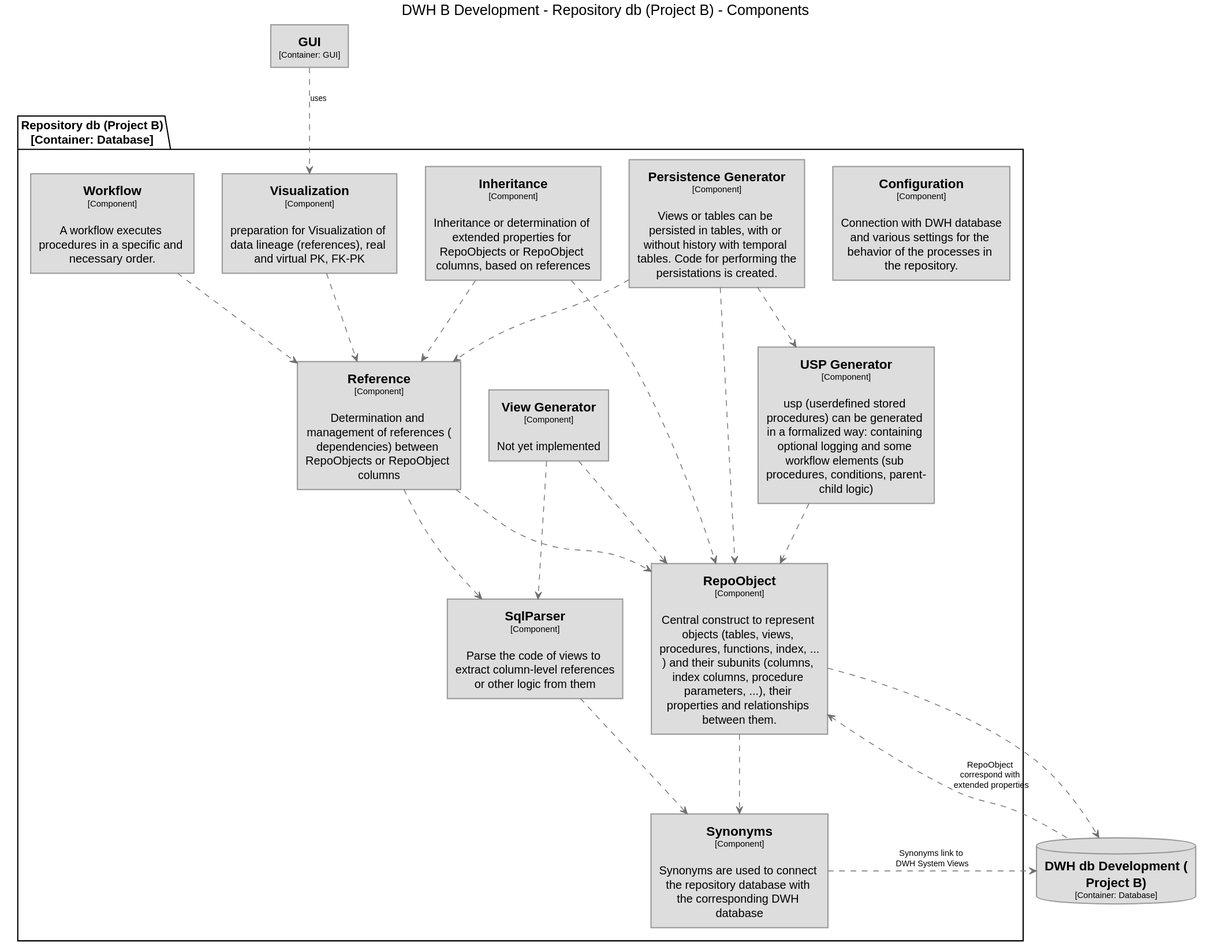
DataHandwerk/DataHandwerk-toolkit-mssql keeps this PlantUML diagram as docs/build/html5/images/structurizr-DWHBDevelopment-RepositorydbProjectB-Component.svg. Above is the earlier version.
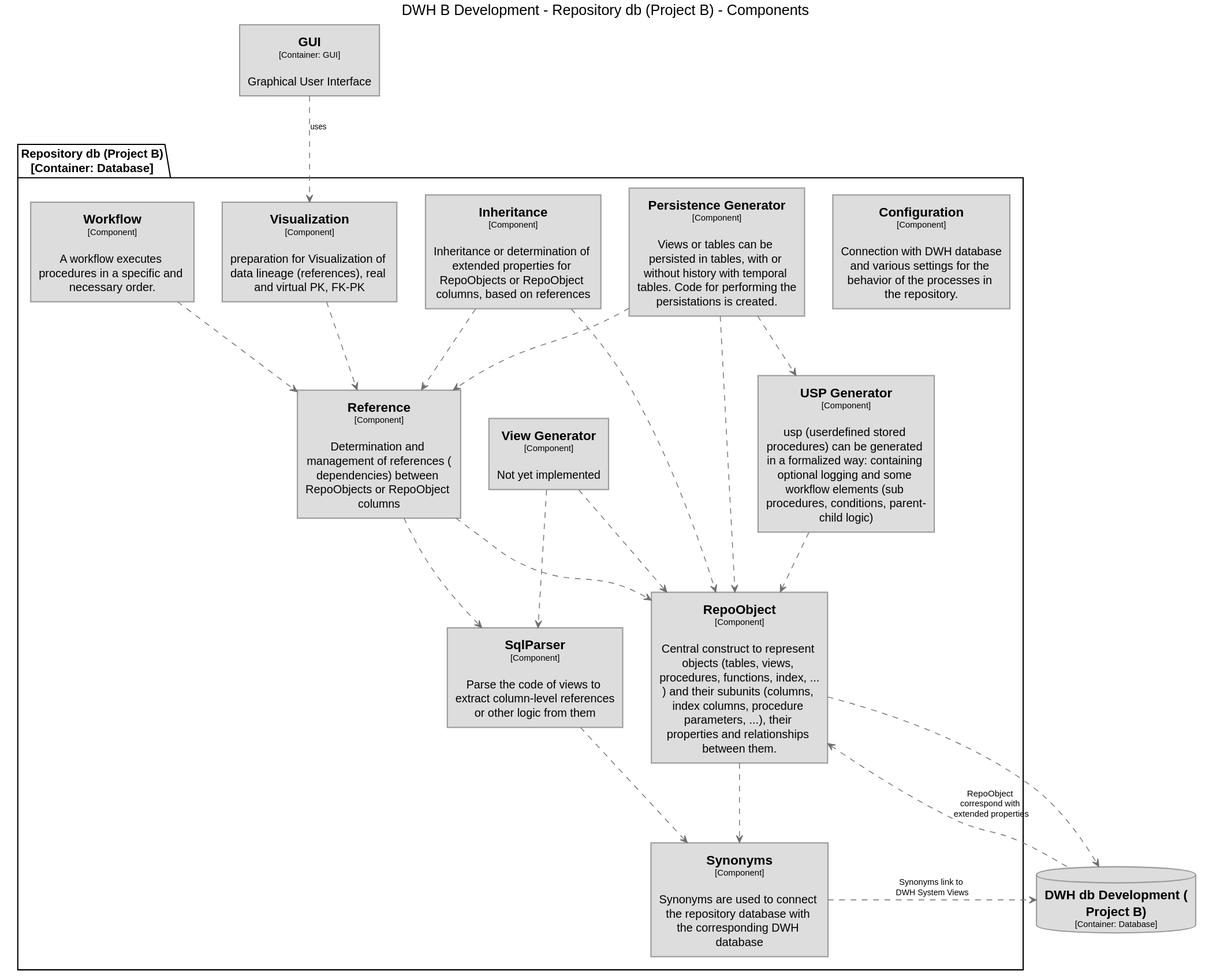
After the commit.

What changed in the source:
```diff
@@ -76,7 +76,7 @@
   BorderColor #9A9A9A
 }
 database "==DWH db Development (Project B)\n<size:10>[Container: Database]</size>" <<17>> as 17
-rectangle "==GUI\n<size:10>[Container: GUI]</size>" <<21>> as 21
+rectangle "==GUI\n<size:10>[Container: GUI]</size>\n\nGraphical User Interface" <<21>> as 21
 package "Repository db (Project B)\n[Container: Database]" {
   rectangle "==Configuration\n<size:10>[Component]</size>\n\nConnection with DWH database and various settings for the behavior of the processes in the repository." <<7>> as 7
   rectangle "==Inheritance\n<size:10>[Component]</size>\n\nInheritance or determination of extended properties for RepoObjects or RepoObject columns, based on references" <<11>> as 11
```
